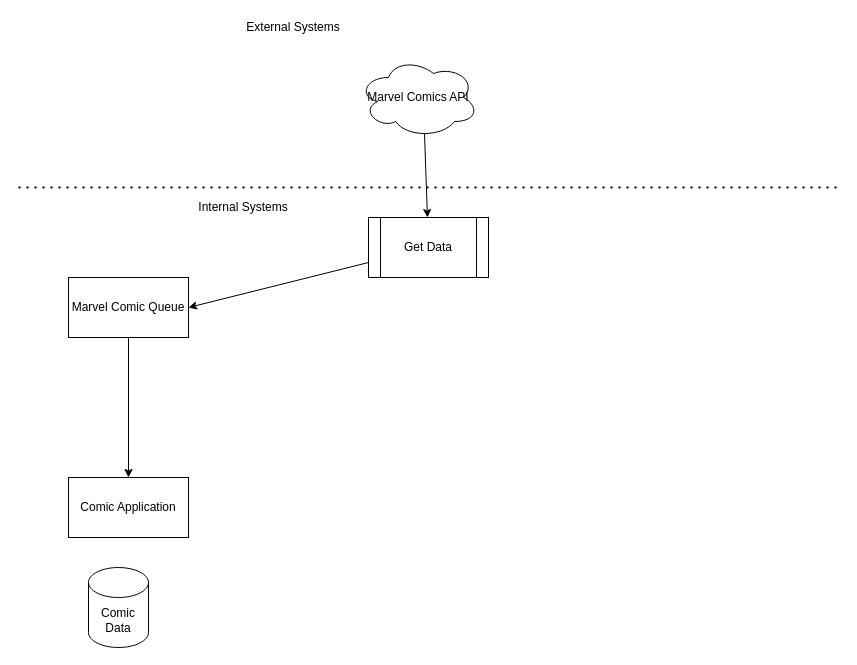
Above: Untitled Diagram.drawio in mattwatts36/drawings (draw.io), before the change. Source tidied: cells renumbered, new cells numbered last; positions are measured from the earlier drawing's top-left corner, leaving out a move shared by most shapes. Both pictures are drawn from the tidied source at 100%, with x=0, y=0 at pixel (18, 17).
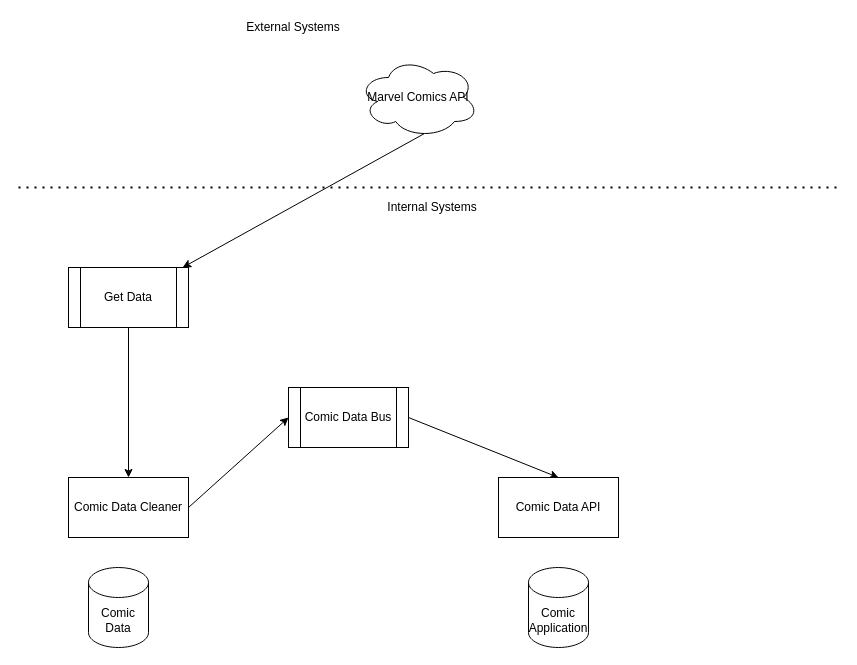
Above is the later version.

The edit, as a diff of the source:
```diff
@@
 <mxGraphModel>
   <root>
     <mxCell id="0" />
     <mxCell id="1" parent="0" />
     <mxCell id="2" style="rounded=0;jettySize=auto;html=1;exitX=0.55;exitY=0.95;exitDx=0;exitDy=0;exitPerimeter=0;" parent="1" edge="1" source="3" target="12">
       <mxGeometry relative="1" as="geometry" />
     </mxCell>
     <mxCell id="3" value="Marvel Comics API" style="ellipse;shape=cloud;whiteSpace=wrap;html=1;" parent="1" vertex="1">
       <mxGeometry x="340" y="40" width="120" height="80" as="geometry" />
     </mxCell>
-    <mxCell id="4" style="edgeStyle=none;rounded=0;jettySize=auto;html=1;exitX=0.5;exitY=1;exitDx=0;exitDy=0;entryX=0.5;entryY=0;entryDx=0;entryDy=0;" parent="1" edge="1" source="5" target="10">
-      <mxGeometry relative="1" as="geometry" />
-    </mxCell>
-    <mxCell id="5" value="Marvel Comic Queue" style="rounded=0;whiteSpace=wrap;html=1;" parent="1" vertex="1">
-      <mxGeometry x="50" y="260" width="120" height="60" as="geometry" />
-    </mxCell>
     <mxCell id="6" value="Comic Data" style="shape=cylinder3;whiteSpace=wrap;html=1;boundedLbl=1;backgroundOutline=1;size=15;" parent="1" vertex="1">
       <mxGeometry x="70" y="550" width="60" height="80" as="geometry" />
     </mxCell>
     <mxCell id="7" style="endArrow=none;dashed=1;html=1;dashPattern=1 3;strokeWidth=2;" parent="1" edge="1">
       <mxGeometry relative="1" as="geometry">
         <mxPoint y="170" as="sourcePoint" />
         <mxPoint x="820" y="170" as="targetPoint" />
       </mxGeometry>
     </mxCell>
     <mxCell id="8" value="Internal Systems" style="text;html=1;strokeColor=none;fillColor=none;align=center;verticalAlign=middle;whiteSpace=wrap;rounded=0;" parent="1" vertex="1">
-      <mxGeometry x="160" y="180" width="130" height="20" as="geometry" />
+      <mxGeometry x="349" y="180" width="130" height="20" as="geometry" />
     </mxCell>
     <mxCell id="9" value="External Systems" style="text;html=1;strokeColor=none;fillColor=none;align=center;verticalAlign=middle;whiteSpace=wrap;rounded=0;" parent="1" vertex="1">
       <mxGeometry x="140" width="270" height="20" as="geometry" />
     </mxCell>
+    <mxCell id="13" style="edgeStyle=none;rounded=0;jettySize=auto;html=1;exitX=1;exitY=0.5;exitDx=0;exitDy=0;entryX=0;entryY=0.5;entryDx=0;entryDy=0;" parent="1" edge="1" source="10" target="16">
+      <mxGeometry relative="1" as="geometry" />
+    </mxCell>
-    <mxCell id="10" value="Comic Application" style="rounded=0;whiteSpace=wrap;html=1;" parent="1" vertex="1">
+    <mxCell id="10" value="Comic Data Cleaner" style="rounded=0;whiteSpace=wrap;html=1;" parent="1" vertex="1">
       <mxGeometry x="50" y="460" width="120" height="60" as="geometry" />
     </mxCell>
-    <mxCell id="11" style="edgeStyle=none;rounded=0;jettySize=auto;html=1;entryX=1;entryY=0.5;entryDx=0;entryDy=0;" parent="1" edge="1" source="12" target="5">
-      <mxGeometry relative="1" as="geometry" />
-    </mxCell>
+    <mxCell id="14" style="edgeStyle=none;rounded=0;jettySize=auto;html=1;exitX=0.5;exitY=1;exitDx=0;exitDy=0;entryX=0.5;entryY=0;entryDx=0;entryDy=0;" parent="1" edge="1" source="12" target="10">
+      <mxGeometry relative="1" as="geometry" />
+    </mxCell>
     <mxCell id="12" value="Get Data" style="shape=process;whiteSpace=wrap;html=1;backgroundOutline=1;" parent="1" vertex="1">
-      <mxGeometry x="350" y="200" width="120" height="60" as="geometry" />
+      <mxGeometry x="50" y="250" width="120" height="60" as="geometry" />
     </mxCell>
+    <mxCell id="15" style="edgeStyle=none;rounded=0;jettySize=auto;html=1;exitX=1;exitY=0.5;exitDx=0;exitDy=0;entryX=0.5;entryY=0;entryDx=0;entryDy=0;" parent="1" edge="1" source="16" target="18">
+      <mxGeometry relative="1" as="geometry" />
+    </mxCell>
+    <mxCell id="16" value="Comic Data Bus" style="shape=process;whiteSpace=wrap;html=1;backgroundOutline=1;" parent="1" vertex="1">
+      <mxGeometry x="270" y="370" width="120" height="60" as="geometry" />
+    </mxCell>
+    <mxCell id="17" value="Comic Application" style="shape=cylinder3;whiteSpace=wrap;html=1;boundedLbl=1;backgroundOutline=1;size=15;" parent="1" vertex="1">
+      <mxGeometry x="510" y="550" width="60" height="80" as="geometry" />
+    </mxCell>
+    <mxCell id="18" value="Comic Data API" style="rounded=0;whiteSpace=wrap;html=1;" parent="1" vertex="1">
+      <mxGeometry x="480" y="460" width="120" height="60" as="geometry" />
+    </mxCell>
   </root>
 </mxGraphModel>
```
